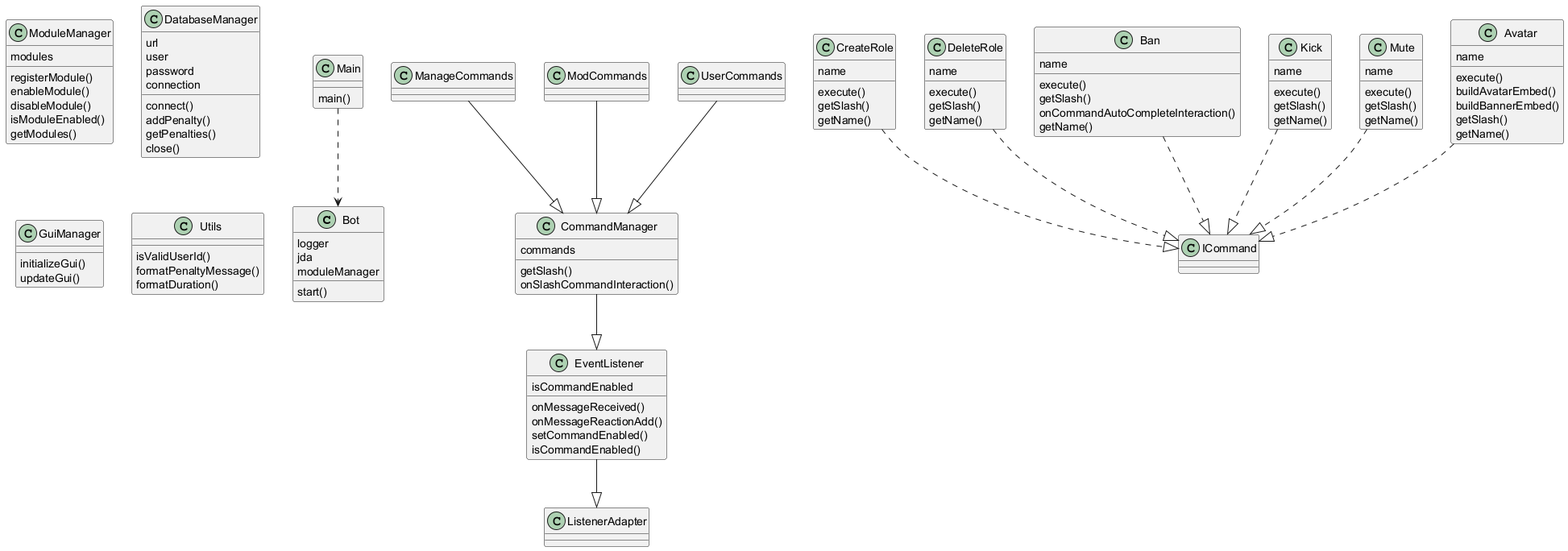
This is uml_output/diagrama.png from PelayoPS/DiscordBot_app, a PlantUML export, as it was before one commit.
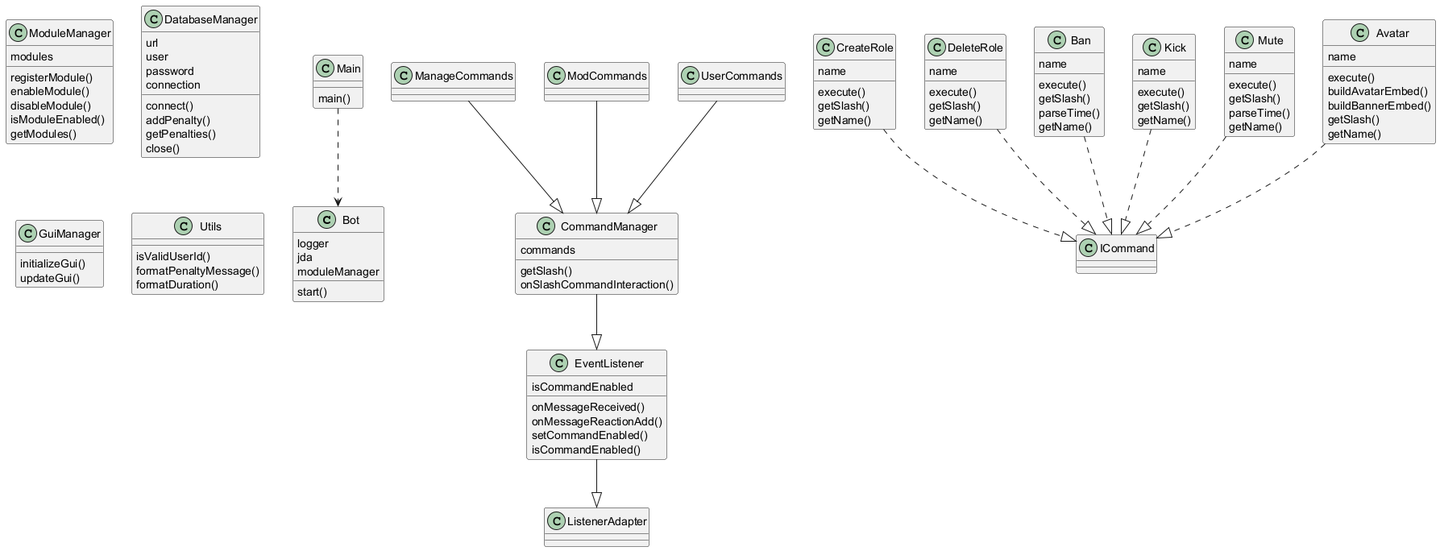
After the change.

The edit, as a diff of the source:
```diff
@@ -50,7 +50,7 @@
   name
   execute()
   getSlash()
-  onCommandAutoCompleteInteraction()
+  parseTime()
   getName()
 }
 Ban ..|> ICommand
@@ -65,6 +65,7 @@
   name
   execute()
   getSlash()
+  parseTime()
   getName()
 }
 Mute ..|> ICommand
```
